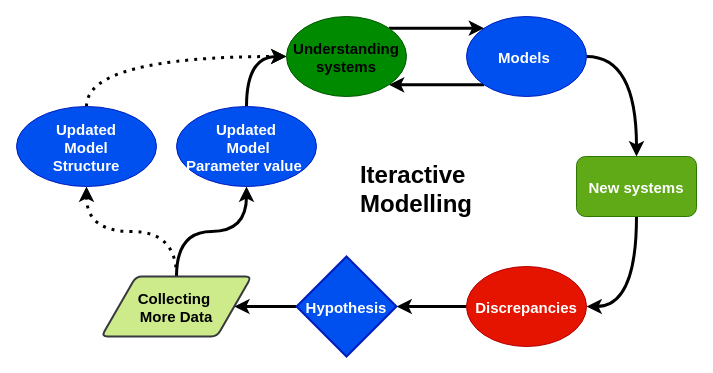
This is manuscript/interactivemodelling.drawio from frank0434/ch1_sa, a draw.io file, before an edit. Source tidied: cells renumbered, new cells numbered last; positions are measured from the earlier drawing's top-left corner, leaving out a move shared by most shapes. Both pictures are drawn from the tidied source at 100%, with x=0, y=0 at pixel (16, 16).
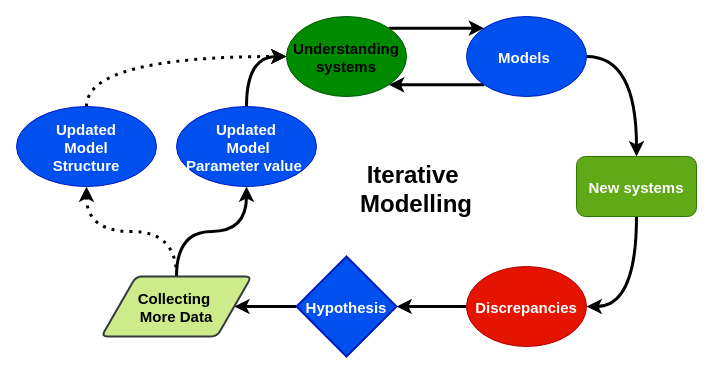
The same page after the edit.

Diff of the diagram source:
```diff
@@
-    <mxCell id="18" value="Iteractive &#10;Modelling" style="text;align=center;verticalAlign=middle;rounded=0;fontSize=24;fontStyle=1;fontFamily=Cambria;" parent="1" vertex="1">
+    <mxCell id="18" value="Iterative &#10;Modelling" style="text;align=center;verticalAlign=middle;rounded=0;fontSize=24;fontStyle=1;fontFamily=Cambria;" parent="1" vertex="1">
       <mxGeometry x="330" y="130" width="140" height="80" as="geometry" />
     </mxCell>
```
